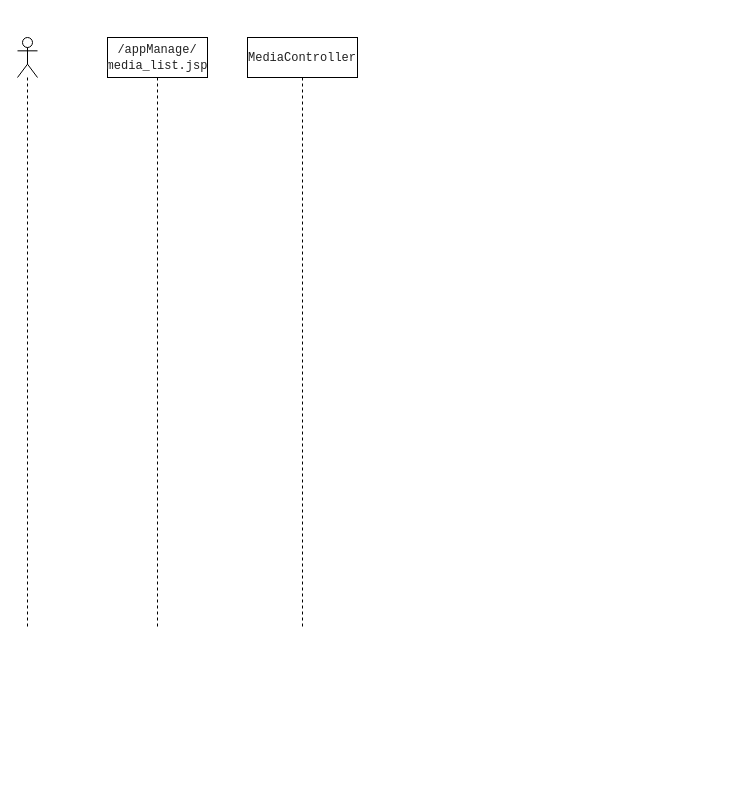
Earlier version of the draw.io diagram console流程.drawio (hugobbtt/diagrams). Source tidied: cells renumbered, new cells numbered last; positions are measured from the earlier drawing's top-left corner, leaving out a move shared by most shapes. Both pictures are drawn from the tidied source at 100%, with x=0, y=0 at pixel (17, 37).
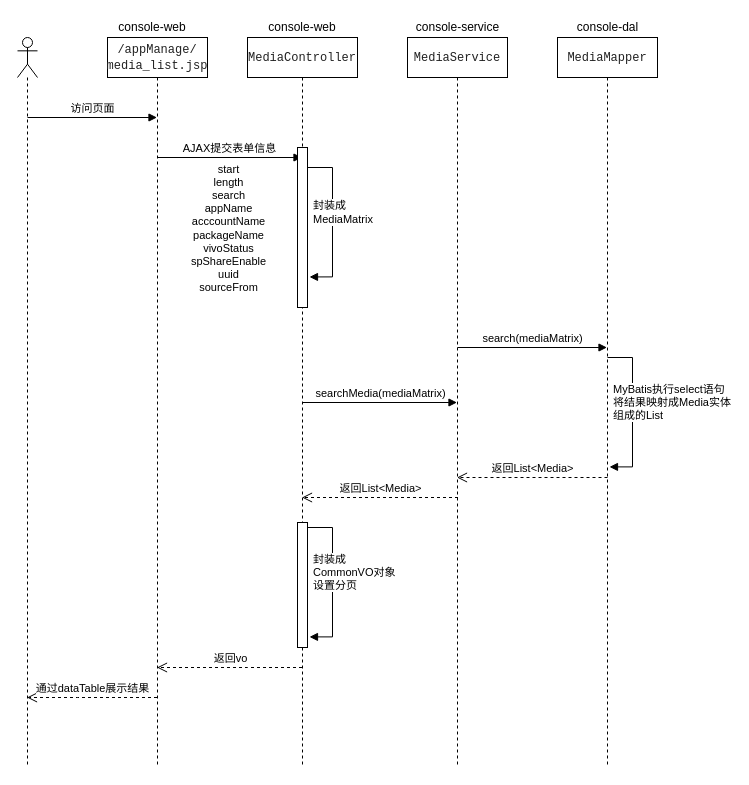
The same diagram, later.

Change to the diagram source:
```diff
@@
     <mxCell id="2" style="shape=umlLifeline;participant=umlActor;perimeter=lifelinePerimeter;whiteSpace=wrap;html=1;verticalAlign=top;spacingTop=36;outlineConnect=0;" parent="1" vertex="1">
-      <mxGeometry width="20" height="590" as="geometry" />
+      <mxGeometry width="20" height="730" as="geometry" />
     </mxCell>
+    <mxCell id="5" value="访问页面" style="html=1;verticalAlign=bottom;endArrow=block;" parent="2" edge="1" target="3">
+      <mxGeometry relative="1" as="geometry">
+        <mxPoint x="10" y="80" as="sourcePoint" />
+      </mxGeometry>
+    </mxCell>
     <mxCell id="3" value="&lt;span style=&quot;color: rgb(34 , 34 , 34) ; font-family: &amp;#34;consolas&amp;#34; , &amp;#34;lucida console&amp;#34; , &amp;#34;courier new&amp;#34; , monospace ; text-align: left&quot;&gt;/appManage/&lt;br&gt;media_list.jsp&lt;/span&gt;" style="shape=umlLifeline;perimeter=lifelinePerimeter;whiteSpace=wrap;html=1;outlineConnect=0;" parent="1" vertex="1">
-      <mxGeometry x="90" width="100" height="590" as="geometry" />
+      <mxGeometry x="90" width="100" height="730" as="geometry" />
     </mxCell>
+    <mxCell id="6" value="AJAX提交表单信息" style="html=1;verticalAlign=bottom;endArrow=block;" parent="3" edge="1" target="4">
+      <mxGeometry relative="1" as="geometry">
+        <mxPoint x="50" y="120" as="sourcePoint" />
+      </mxGeometry>
+    </mxCell>
+    <mxCell id="7" value="start&lt;br&gt;length&lt;br&gt;search&lt;br&gt;appName&lt;br&gt;acccountName&lt;br&gt;packageName&lt;br&gt;vivoStatus&lt;br&gt;spShareEnable&lt;br&gt;uuid&lt;br&gt;sourceFrom" style="edgeLabel;html=1;align=center;verticalAlign=middle;" parent="6" vertex="1">
+      <mxGeometry x="0.36" y="-4" relative="1" as="geometry">
+        <mxPoint x="-28" y="66" as="offset" />
+      </mxGeometry>
+    </mxCell>
     <mxCell id="4" value="&lt;div style=&quot;text-align: left&quot;&gt;&lt;span&gt;&lt;font color=&quot;#222222&quot; face=&quot;consolas, lucida console, courier new, monospace&quot;&gt;MediaController&lt;/font&gt;&lt;/span&gt;&lt;/div&gt;" style="shape=umlLifeline;perimeter=lifelinePerimeter;whiteSpace=wrap;html=1;outlineConnect=0;" parent="1" vertex="1">
-      <mxGeometry x="230" width="110" height="590" as="geometry" />
+      <mxGeometry x="230" width="110" height="730" as="geometry" />
     </mxCell>
+    <mxCell id="8" style="html=1;points=[];perimeter=orthogonalPerimeter;" parent="4" vertex="1">
+      <mxGeometry x="50" y="110" width="10" height="160" as="geometry" />
+    </mxCell>
+    <mxCell id="9" value="console-web" style="text;html=1;strokeColor=none;fillColor=none;align=center;verticalAlign=middle;whiteSpace=wrap;rounded=0;" parent="4" vertex="1">
+      <mxGeometry x="20" y="-20" width="70" height="20" as="geometry" />
+    </mxCell>
+    <mxCell id="10" style="html=1;perimeter=orthogonalPerimeter;" parent="4" vertex="1">
+      <mxGeometry x="50" y="485" width="10" height="125" as="geometry" />
+    </mxCell>
+    <mxCell id="11" value="封装成&lt;br&gt;MediaMatrix" style="edgeStyle=orthogonalEdgeStyle;html=1;align=left;spacingLeft=2;endArrow=block;rounded=0;entryX=1.2;entryY=0.809;entryDx=0;entryDy=0;entryPerimeter=0;" parent="1" edge="1" target="8">
+      <mxGeometry x="-0.11" y="-23" relative="1" as="geometry">
+        <mxPoint x="290" y="130" as="sourcePoint" />
+        <Array as="points">
+          <mxPoint x="315" y="130" />
+          <mxPoint x="315" y="239" />
+        </Array>
+      </mxGeometry>
+    </mxCell>
+    <mxCell id="12" value="&lt;div style=&quot;text-align: left&quot;&gt;&lt;span&gt;&lt;font color=&quot;#222222&quot; face=&quot;consolas, lucida console, courier new, monospace&quot;&gt;MediaService&lt;/font&gt;&lt;/span&gt;&lt;/div&gt;" style="shape=umlLifeline;perimeter=lifelinePerimeter;whiteSpace=wrap;html=1;outlineConnect=0;" parent="1" vertex="1">
+      <mxGeometry x="390" width="100" height="730" as="geometry" />
+    </mxCell>
+    <mxCell id="13" value="search(mediaMatrix)" style="html=1;verticalAlign=bottom;endArrow=block;" parent="12" edge="1">
+      <mxGeometry relative="1" as="geometry">
+        <mxPoint x="50" y="310" as="sourcePoint" />
+        <mxPoint x="199.5" y="310" as="targetPoint" />
+      </mxGeometry>
+    </mxCell>
+    <mxCell id="14" value="searchMedia(mediaMatrix)" style="html=1;verticalAlign=bottom;endArrow=block;" parent="1" edge="1" source="4" target="12">
+      <mxGeometry relative="1" as="geometry" />
+    </mxCell>
+    <mxCell id="15" value="console-web" style="text;html=1;strokeColor=none;fillColor=none;align=center;verticalAlign=middle;whiteSpace=wrap;rounded=0;" parent="1" vertex="1">
+      <mxGeometry x="100" y="-20" width="70" height="20" as="geometry" />
+    </mxCell>
+    <mxCell id="16" value="console-service" style="text;html=1;strokeColor=none;fillColor=none;align=center;verticalAlign=middle;whiteSpace=wrap;rounded=0;" parent="1" vertex="1">
+      <mxGeometry x="392.5" y="-20" width="95" height="20" as="geometry" />
+    </mxCell>
+    <mxCell id="17" value="&lt;div style=&quot;text-align: left&quot;&gt;&lt;span&gt;&lt;font color=&quot;#222222&quot; face=&quot;consolas, lucida console, courier new, monospace&quot;&gt;MediaMapper&lt;/font&gt;&lt;/span&gt;&lt;/div&gt;" style="shape=umlLifeline;perimeter=lifelinePerimeter;whiteSpace=wrap;html=1;" parent="1" vertex="1">
+      <mxGeometry x="540" width="100" height="730" as="geometry" />
+    </mxCell>
+    <mxCell id="18" value="console-dal" style="text;html=1;strokeColor=none;fillColor=none;align=center;verticalAlign=middle;whiteSpace=wrap;rounded=0;" parent="1" vertex="1">
+      <mxGeometry x="542.5" y="-20" width="95" height="20" as="geometry" />
+    </mxCell>
+    <mxCell id="19" value="MyBatis执行select语句&lt;br&gt;将结果映射成Media实体&lt;br&gt;组成的List" style="edgeStyle=orthogonalEdgeStyle;html=1;align=left;spacingLeft=2;endArrow=block;rounded=0;entryX=1.2;entryY=0.809;entryDx=0;entryDy=0;entryPerimeter=0;" parent="1" edge="1">
+      <mxGeometry x="-0.11" y="-23" relative="1" as="geometry">
+        <mxPoint x="590" y="320" as="sourcePoint" />
+        <mxPoint x="592" y="429.4" as="targetPoint" />
+        <Array as="points">
+          <mxPoint x="615" y="320" />
+          <mxPoint x="615" y="429" />
+        </Array>
+      </mxGeometry>
+    </mxCell>
+    <mxCell id="20" value="返回List&amp;lt;Media&amp;gt;" style="html=1;verticalAlign=bottom;endArrow=open;dashed=1;endSize=8;" parent="1" edge="1">
+      <mxGeometry relative="1" as="geometry">
+        <mxPoint x="590" y="440" as="sourcePoint" />
+        <mxPoint x="439.5" y="440" as="targetPoint" />
+      </mxGeometry>
+    </mxCell>
+    <mxCell id="21" value="返回List&amp;lt;Media&amp;gt;" style="html=1;verticalAlign=bottom;endArrow=open;dashed=1;endSize=8;" parent="1" edge="1" target="4">
+      <mxGeometry relative="1" as="geometry">
+        <mxPoint x="440.5" y="460" as="sourcePoint" />
+      </mxGeometry>
+    </mxCell>
+    <mxCell id="22" value="封装成&lt;br&gt;CommonVO对象&lt;br&gt;设置分页" style="edgeStyle=orthogonalEdgeStyle;html=1;align=left;spacingLeft=2;endArrow=block;rounded=0;entryX=1.2;entryY=0.809;entryDx=0;entryDy=0;entryPerimeter=0;" parent="1" edge="1">
+      <mxGeometry x="-0.11" y="-23" relative="1" as="geometry">
+        <mxPoint x="290" y="490" as="sourcePoint" />
+        <mxPoint x="292" y="599.4" as="targetPoint" />
+        <Array as="points">
+          <mxPoint x="315" y="490" />
+          <mxPoint x="315" y="599" />
+        </Array>
+      </mxGeometry>
+    </mxCell>
+    <mxCell id="23" value="返回vo" style="html=1;verticalAlign=bottom;endArrow=open;dashed=1;endSize=8;" parent="1" edge="1" source="4" target="3">
+      <mxGeometry relative="1" as="geometry">
+        <Array as="points">
+          <mxPoint x="285" y="630" />
+          <mxPoint x="240" y="630" />
+        </Array>
+      </mxGeometry>
+    </mxCell>
+    <mxCell id="24" value="通过dataTable展示结果" style="html=1;verticalAlign=bottom;endArrow=open;dashed=1;endSize=8;" parent="1" edge="1" source="3" target="2">
+      <mxGeometry relative="1" as="geometry">
+        <Array as="points">
+          <mxPoint x="50" y="660" />
+        </Array>
+      </mxGeometry>
+    </mxCell>
```
